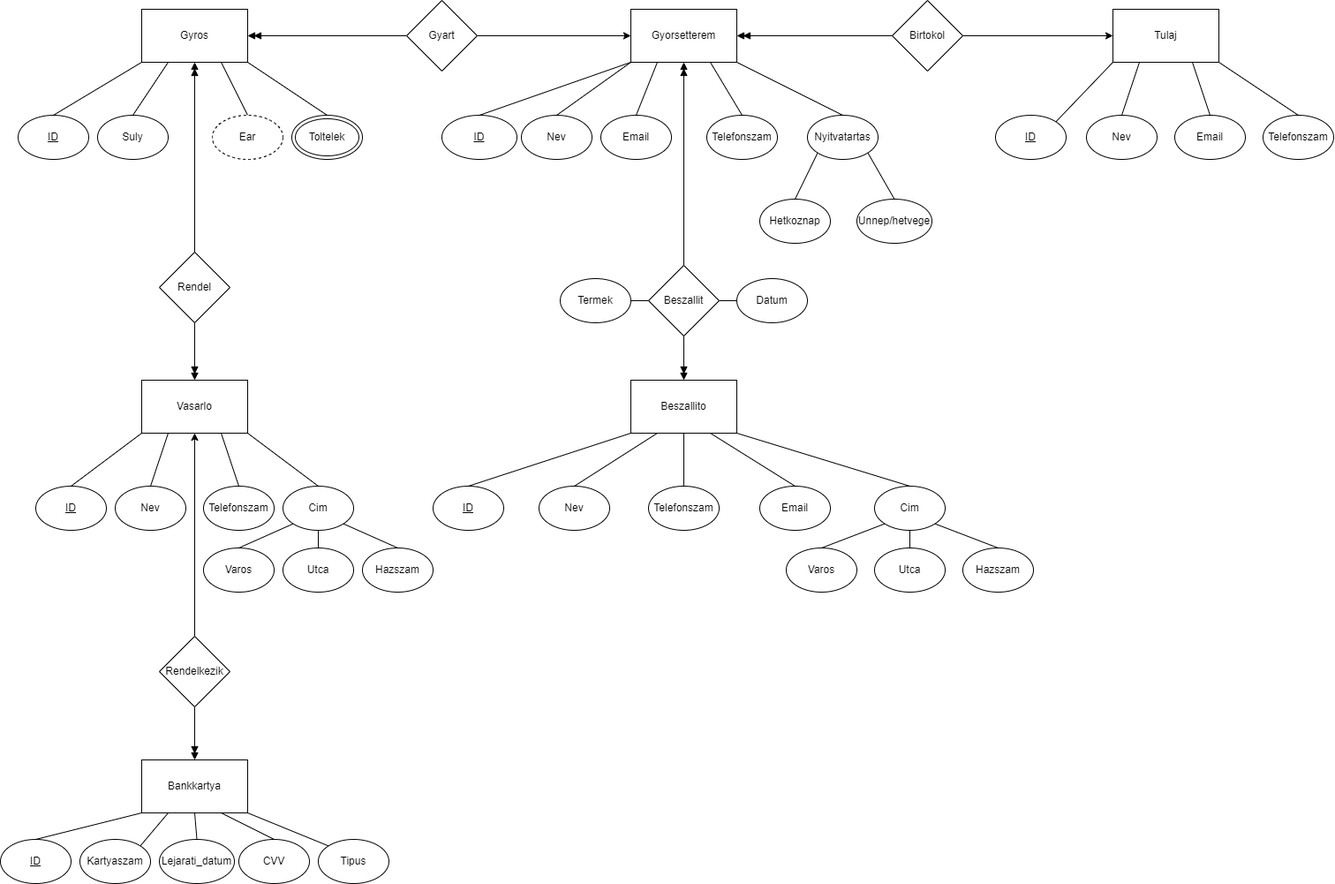
Above: XMLTaskXUE9MH/Elso_feladat/ER_XUE9MH.png in SDaniel626/XUE9MH_XMLGYAK (draw.io), before the change. Source tidied: cells renumbered, new cells last; positions are measured from the earlier drawing's top-left corner, leaving out a move shared by most shapes.
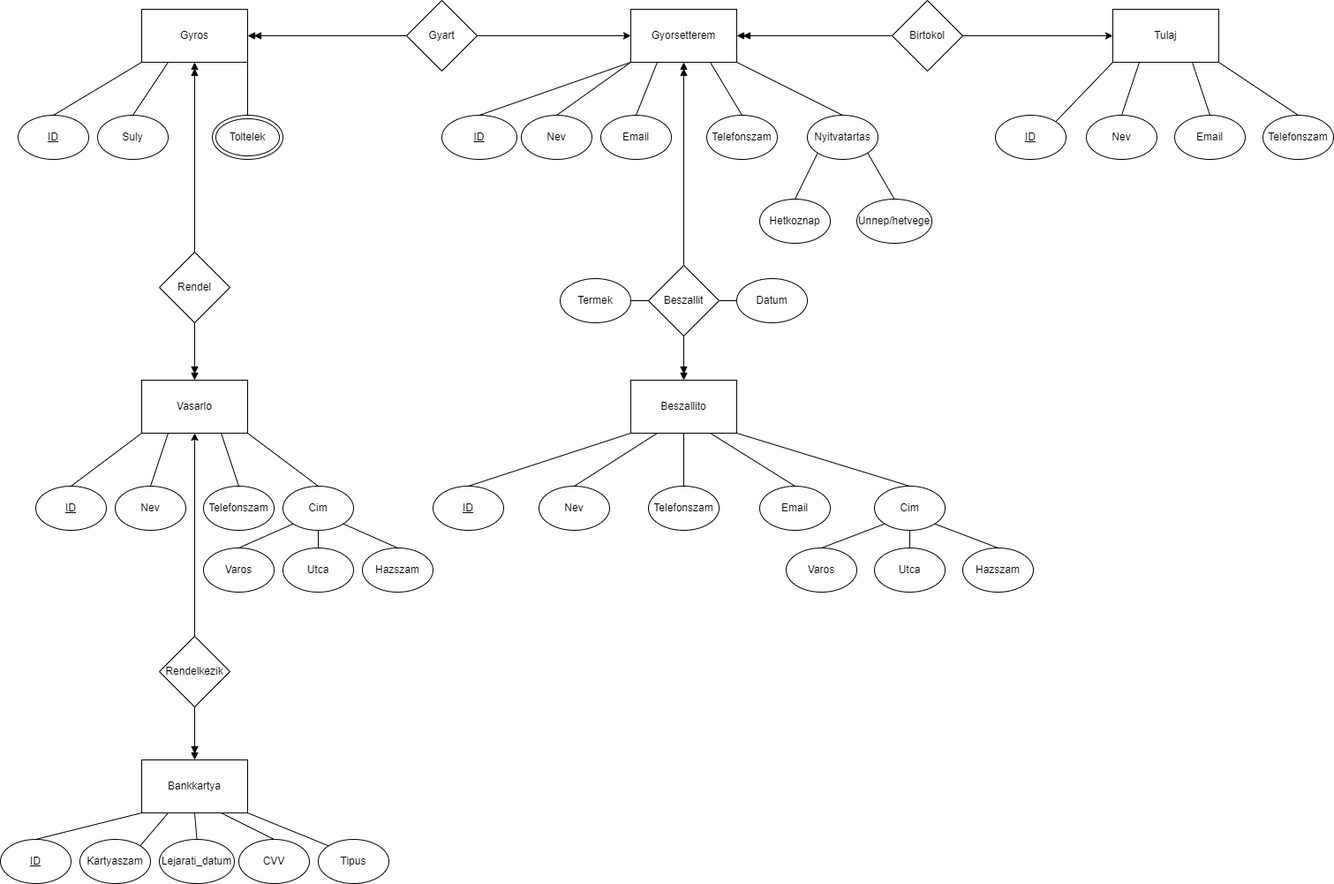
The same file after the commit.

What changed in the source:
```diff
@@ -8,9 +8,6 @@
     <mxCell id="3" style="rounded=0;jettySize=auto;html=1;exitX=0.25;exitY=1;exitDx=0;exitDy=0;entryX=0.5;entryY=0;entryDx=0;entryDy=0;endArrow=none;endFill=0;" parent="1" edge="1" source="6" target="79">
       <mxGeometry relative="1" as="geometry" />
     </mxCell>
-    <mxCell id="4" style="rounded=0;jettySize=auto;html=1;exitX=0.75;exitY=1;exitDx=0;exitDy=0;entryX=0.5;entryY=0;entryDx=0;entryDy=0;endArrow=none;endFill=0;" parent="1" edge="1" source="6" target="80">
-      <mxGeometry relative="1" as="geometry" />
-    </mxCell>
     <mxCell id="5" style="rounded=0;jettySize=auto;html=1;exitX=1;exitY=1;exitDx=0;exitDy=0;entryX=0.5;entryY=0;entryDx=0;entryDy=0;endArrow=none;endFill=0;" parent="1" edge="1" source="6" target="81">
       <mxGeometry relative="1" as="geometry" />
     </mxCell>
@@ -236,11 +233,8 @@
     <mxCell id="79" value="Suly" style="ellipse;whiteSpace=wrap;html=1;" parent="1" vertex="1">
       <mxGeometry x="110" y="130" width="80" height="50" as="geometry" />
     </mxCell>
-    <mxCell id="80" value="Ear" style="ellipse;whiteSpace=wrap;html=1;dashed=1;" parent="1" vertex="1">
-      <mxGeometry x="240" y="130" width="80" height="50" as="geometry" />
-    </mxCell>
     <mxCell id="81" value="Toltelek" style="ellipse;shape=doubleEllipse;whiteSpace=wrap;html=1;" parent="1" vertex="1">
-      <mxGeometry x="330" y="130" width="80" height="50" as="geometry" />
+      <mxGeometry x="240" y="130" width="80" height="50" as="geometry" />
     </mxCell>
     <mxCell id="82" value="&lt;u style=&quot;border-color: var(--border-color);&quot;&gt;ID&lt;/u&gt;" style="ellipse;whiteSpace=wrap;html=1;" parent="1" vertex="1">
       <mxGeometry x="40" y="550" width="80" height="50" as="geometry" />
```
